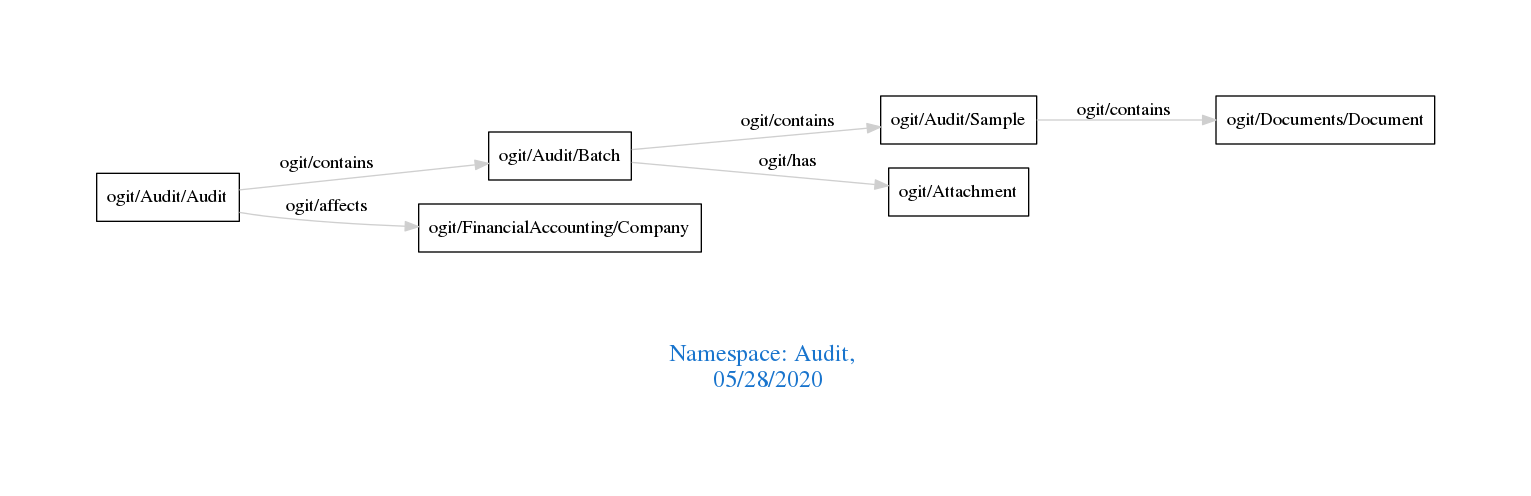
Above: downloads/Audit.png in arago/OGIT (Graphviz), before the change. Its source is kept beside it as downloads/Audit.dot.
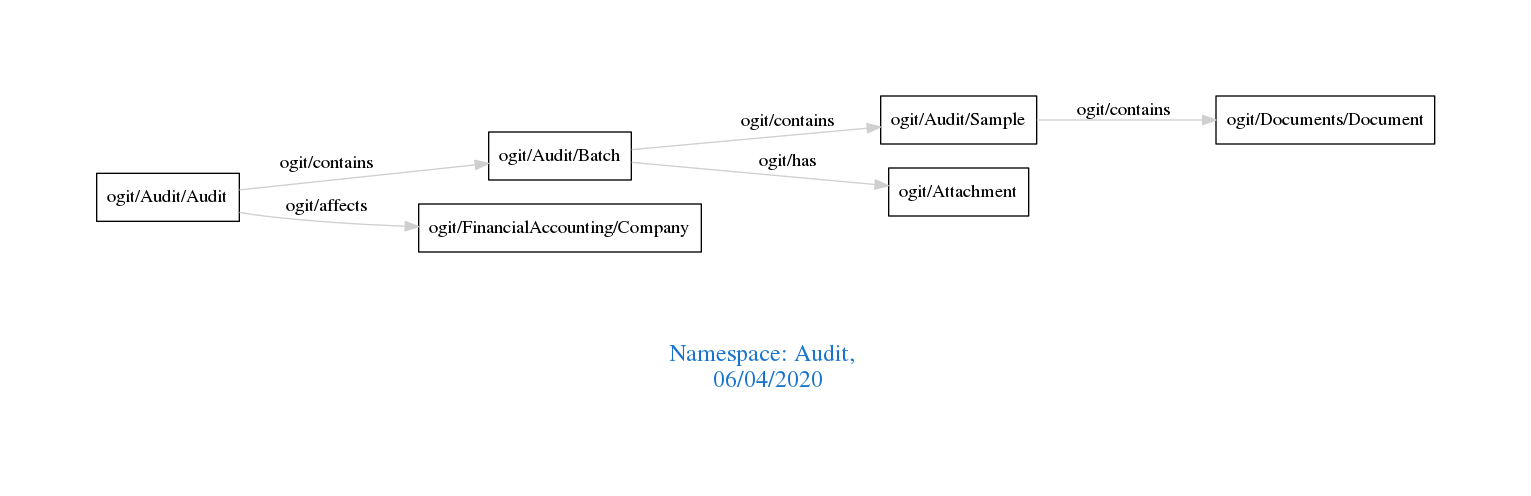
Later version of the same file.

What changed in the source:
```diff
@@ -1,7 +1,7 @@
 digraph OGIT_ontology {
  graph [ rankdir= LR,pad=1
 fontsize = 18,
-fontcolor= dodgerblue3,label = "\n\n\nNamespace: Audit, \n 05/28/2020"];
+fontcolor= dodgerblue3,label = "\n\n\nNamespace: Audit, \n 06/04/2020"];
 node[shape=polygon];
 edge [  color="gray81"];
 
```
